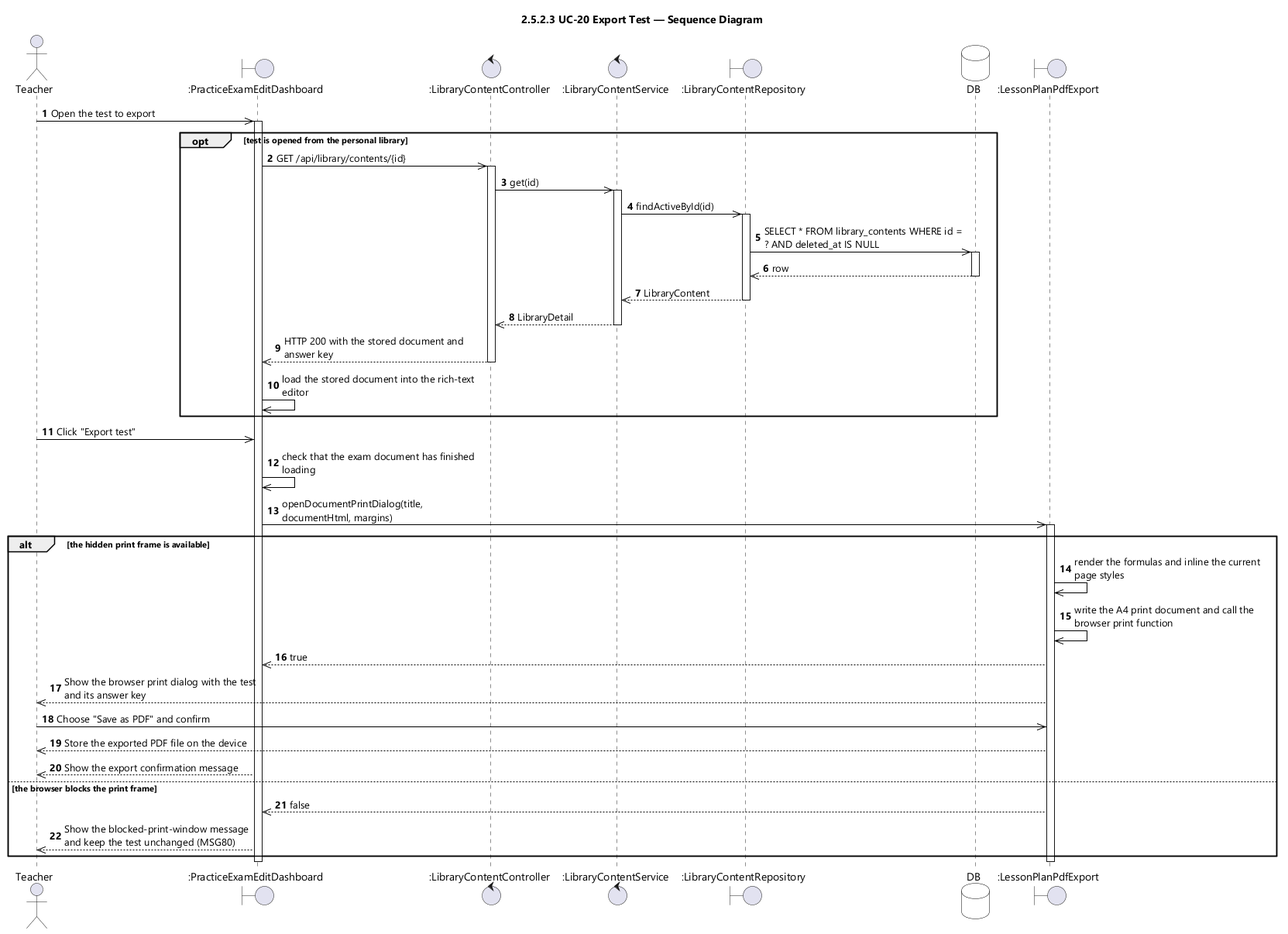
Earlier version of the PlantUML export designs/sds-diagrams/uc20/uc20-sequence-diagram-icon.png (EduA-system/EduA-system). Source of this version:
```plantuml
@startuml UC-20 Export Test - Sequence Diagram (icon)
skinparamlocked dpi 96
skinparam defaultFontName "Segoe UI"
skinparam shadowing false
skinparam ParticipantBackgroundColor #FFFFFF
skinparam ParticipantBorderColor #000000
skinparam DatabaseBackgroundColor #FFFFFF
skinparam DatabaseBorderColor #000000
skinparam ArrowColor #000000
skinparam sequenceMessageAlign left
skinparam maxMessageSize 260
title 2.5.2.3 UC-20 Export Test — Sequence Diagram

actor Teacher
boundary ":PracticeExamEditDashboard" as EDT
control ":LibraryContentController" as CTL
control ":LibraryContentService" as SVC
boundary ":LibraryContentRepository" as REPO
database DB
boundary ":LessonPlanPdfExport" as PRINT

autonumber
Teacher ->> EDT : Open the test to export
activate EDT

opt test is opened from the personal library
  EDT ->> CTL : GET /api/library/contents/{id}
  activate CTL
  CTL ->> SVC : get(id)
  activate SVC
  SVC ->> REPO : findActiveById(id)
  activate REPO
  REPO ->> DB : SELECT * FROM library_contents WHERE id = ? AND deleted_at IS NULL
  activate DB
  DB -->> REPO : row
  deactivate DB
  REPO -->> SVC : LibraryContent
  deactivate REPO
  SVC -->> CTL : LibraryDetail
  deactivate SVC
  CTL -->> EDT : HTTP 200 with the stored document and answer key
  deactivate CTL
  EDT ->> EDT : load the stored document into the rich-text editor
end

Teacher ->> EDT : Click "Export test"
EDT ->> EDT : check that the exam document has finished loading
EDT ->> PRINT : openDocumentPrintDialog(title, documentHtml, margins)
activate PRINT

alt the hidden print frame is available
  PRINT ->> PRINT : render the formulas and inline the current page styles
  PRINT ->> PRINT : write the A4 print document and call the browser print function
  PRINT -->> EDT : true
  PRINT -->> Teacher : Show the browser print dialog with the test and its answer key
  Teacher ->> PRINT : Choose "Save as PDF" and confirm
  PRINT -->> Teacher : Store the exported PDF file on the device
  EDT -->> Teacher : Show the export confirmation message

else the browser blocks the print frame
  PRINT -->> EDT : false
  EDT -->> Teacher : Show the blocked-print-window message and keep the test unchanged (MSG80)
end
deactivate PRINT
deactivate EDT
@enduml
```
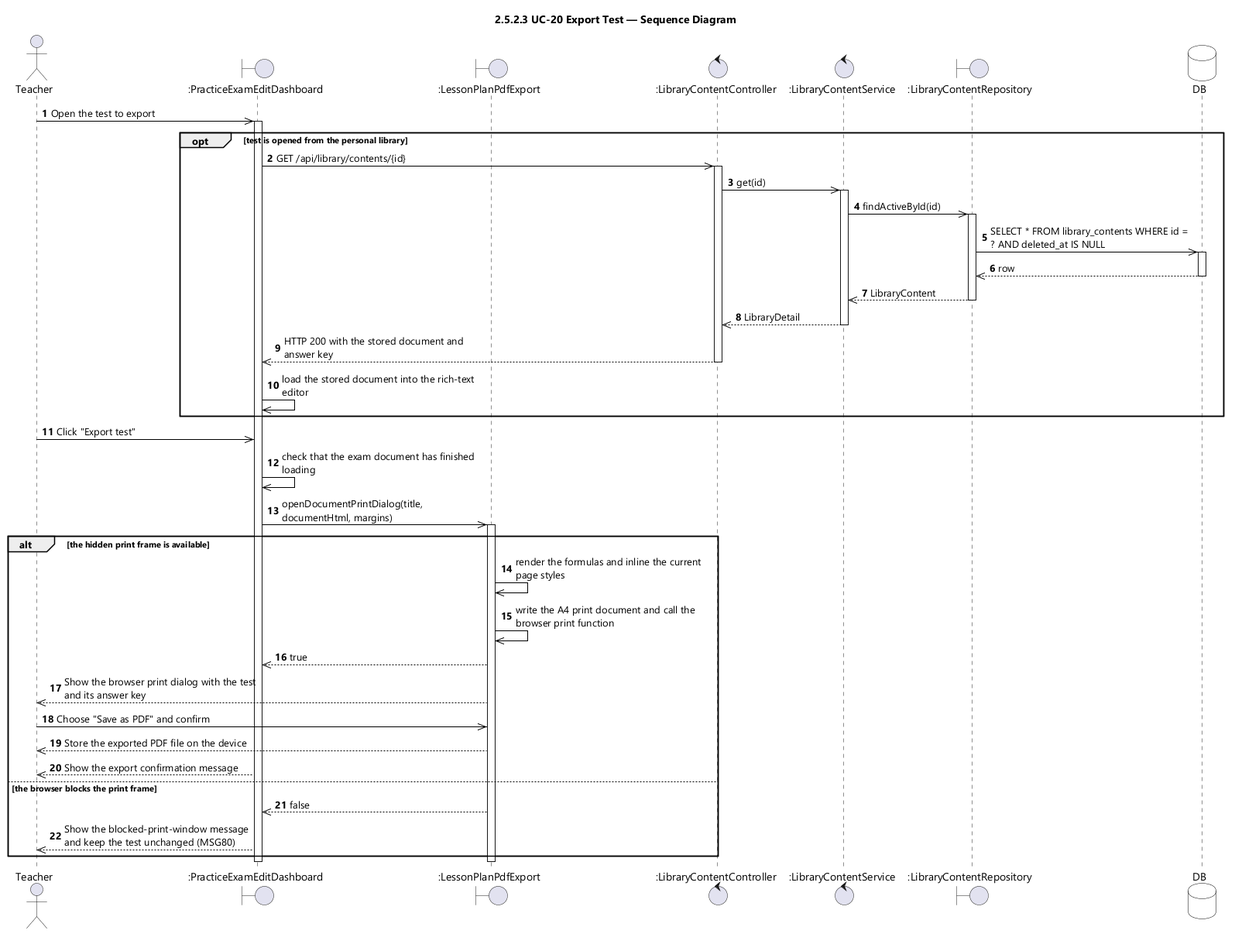
The same file after the commit.

Diff of the diagram source:
```diff
@@ -13,11 +13,11 @@
 
 actor Teacher
 boundary ":PracticeExamEditDashboard" as EDT
+boundary ":LessonPlanPdfExport" as PRINT
 control ":LibraryContentController" as CTL
 control ":LibraryContentService" as SVC
 boundary ":LibraryContentRepository" as REPO
 database DB
-boundary ":LessonPlanPdfExport" as PRINT
 
 autonumber
 Teacher ->> EDT : Open the test to export
```
